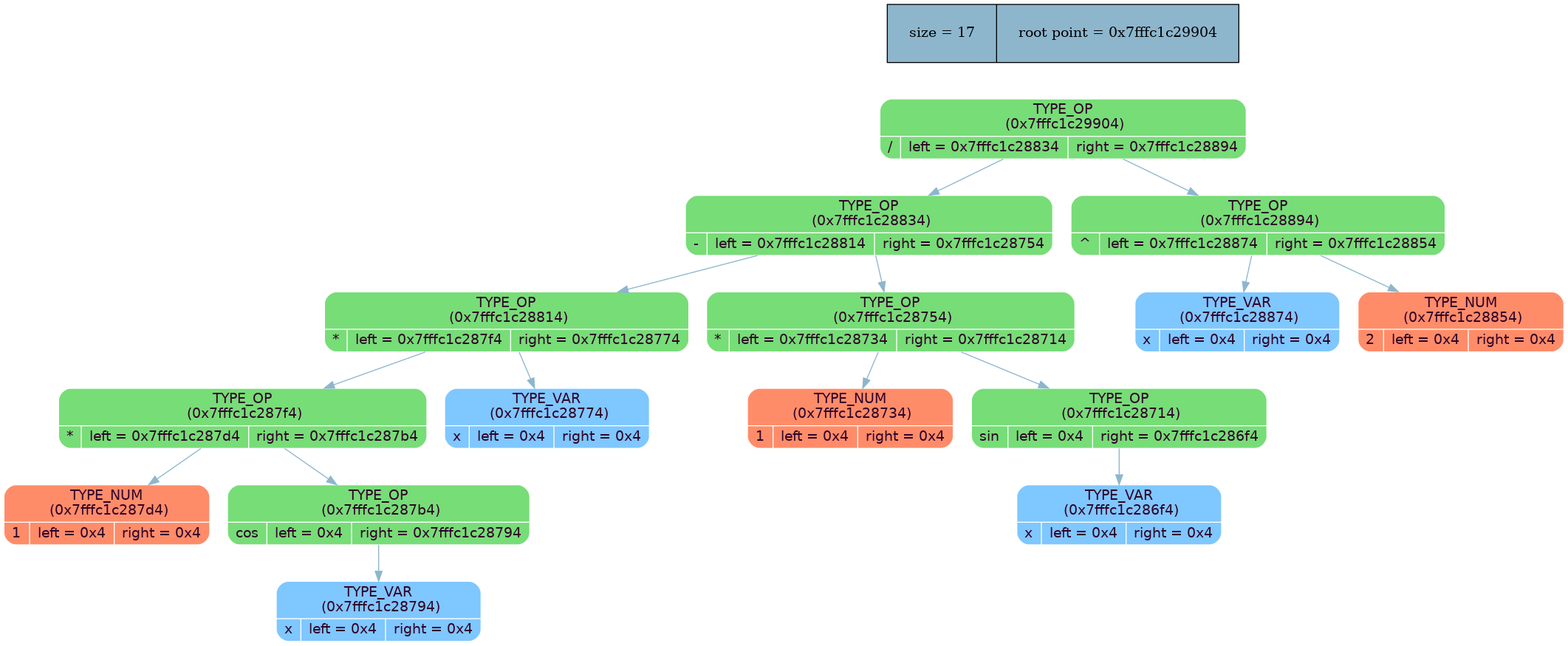
Before: dump_info/tree_dump.png, a diagram exported from Graphviz (MaxGroshev/differentiator). Its source is kept beside it as dump_info/tree_dump.dot.
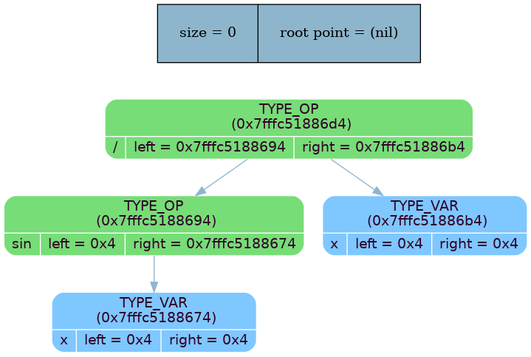
Above is the later version.

The edit, as a diff of the source:
```diff
@@ -3,7 +3,7 @@
 rankdir = ""
 splines = "true"
 
-node_stat [margin = "0.3*0.3", style = "filled", shape = "record", fillcolor = "#8DB6CD" label = " size = 15 | root point = 0x4a4db84"]
+node_stat [margin = "0.3*0.3", style = "filled", shape = "record", fillcolor = "#8DB6CD" label = " size = 0 | root point = 0x4a4db84"]
 {rank = source; node_stat}
 
 node0x4a4db84 [shape = "Mrecord", fillcolor = "#77DD77", style = "filled", fontcolor = "#31032A", fontname = "Calibri", color = "white", label = "{TYPE_OP\n (0x4a4db84)| {/ |left = 0x4a4da04 |right = 0x4a4db24}}"]
```
